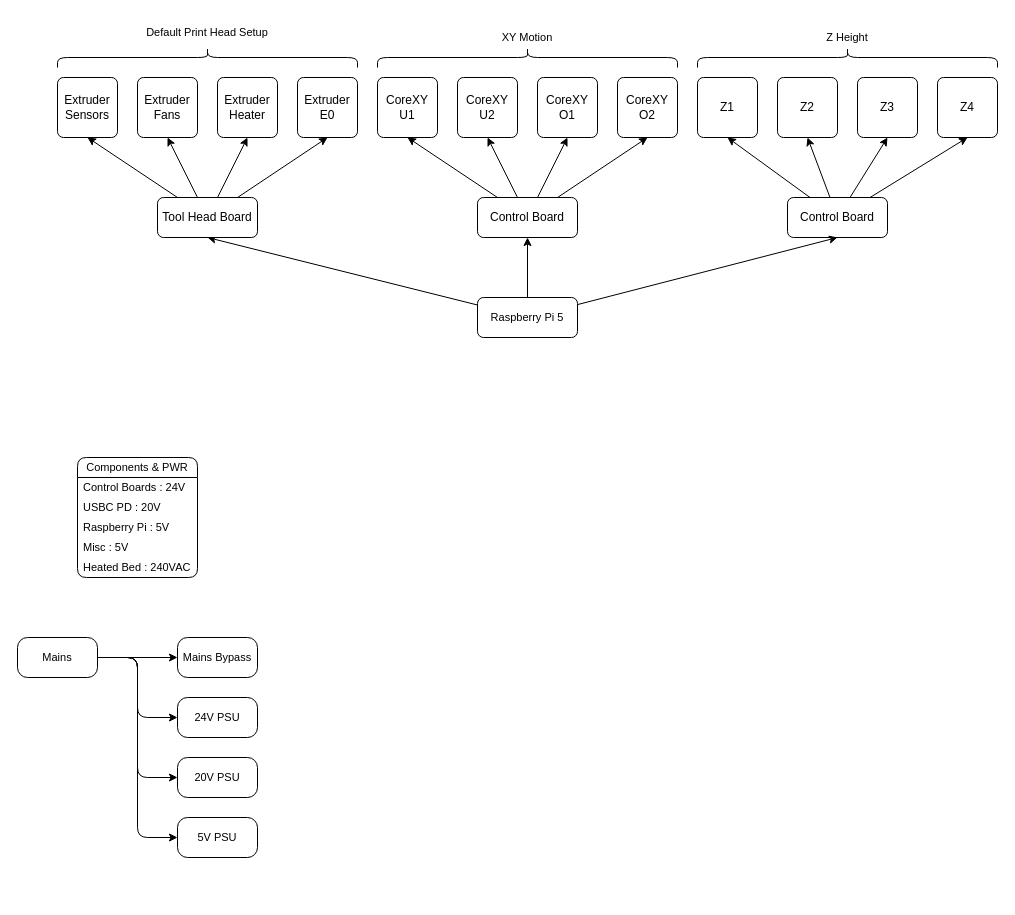
Before: page "Electrical" (5 of 5) of Documents/Raven.drawio in XCR1793/Raven-3D, a draw.io diagram. Source tidied: cells renumbered, new cells numbered last; positions are measured from the earlier drawing's top-left corner, leaving out a move shared by most shapes. Both pictures are drawn from the tidied source at 100%, with x=0, y=0 at pixel (17, 17).
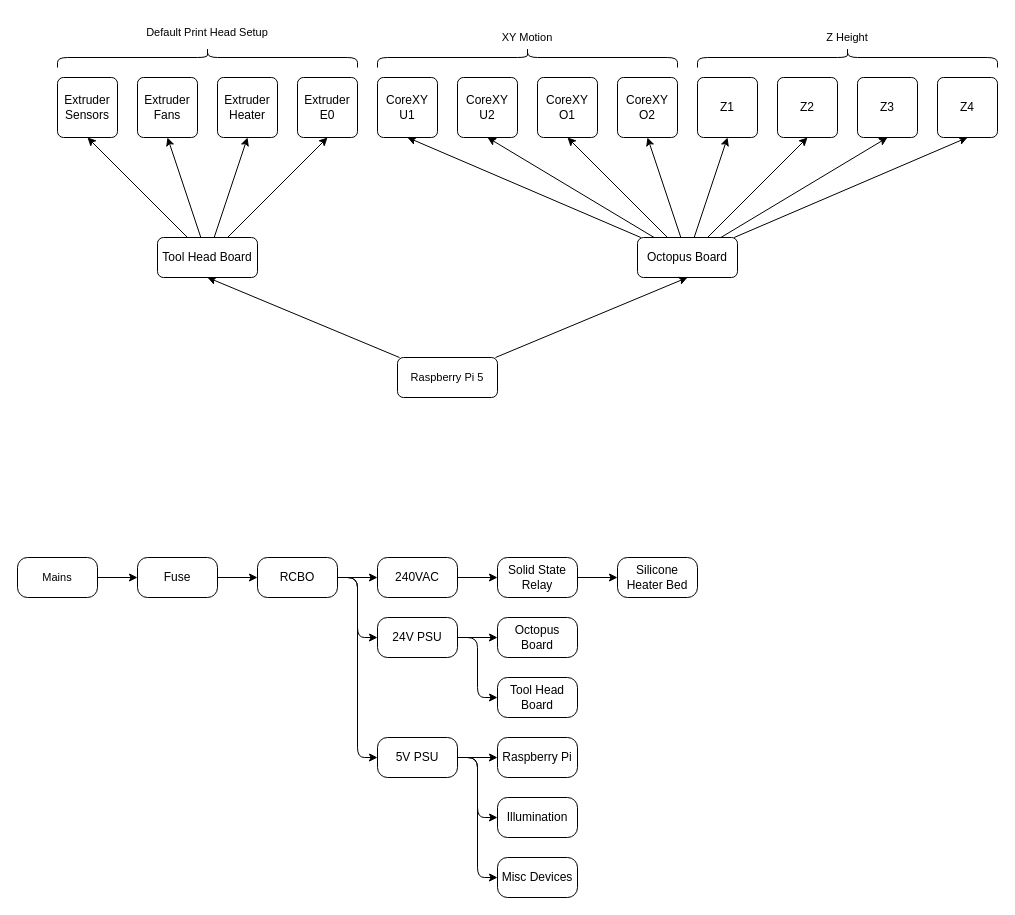
The same page after the edit.

Commit message:
Added Power hookup design

The change refers to these unchanged cells:
```xml
<mxCell id="16" value="Z1" style="whiteSpace=wrap;html=1;rounded=1;absoluteArcSize=1;arcSize=12;" parent="1" vertex="1">
  <mxGeometry x="680" y="60" width="60" height="60" as="geometry" />
</mxCell>
<mxCell id="17" value="Z2" style="whiteSpace=wrap;html=1;rounded=1;absoluteArcSize=1;arcSize=12;" parent="1" vertex="1">
  <mxGeometry x="760" y="60" width="60" height="60" as="geometry" />
</mxCell>
<mxCell id="18" value="Z3" style="whiteSpace=wrap;html=1;rounded=1;absoluteArcSize=1;arcSize=12;" parent="1" vertex="1">
  <mxGeometry x="840" y="60" width="60" height="60" as="geometry" />
</mxCell>
<mxCell id="19" value="Z4" style="whiteSpace=wrap;html=1;rounded=1;absoluteArcSize=1;arcSize=12;" parent="1" vertex="1">
  <mxGeometry x="920" y="60" width="60" height="60" as="geometry" />
</mxCell>
```

What changed in the source:
```diff
@@
-    <mxCell id="6" value="Control Board" style="rounded=1;whiteSpace=wrap;html=1;absoluteArcSize=1;arcSize=12;" parent="1" vertex="1">
-      <mxGeometry x="460" y="180" width="100" height="40" as="geometry" />
+    <mxCell id="6" value="Octopus Board" style="rounded=1;whiteSpace=wrap;html=1;absoluteArcSize=1;arcSize=12;" parent="1" vertex="1">
+      <mxGeometry x="620" y="220" width="100" height="40" as="geometry" />
     </mxCell>
-    <mxCell id="7" style="edgeStyle=none;shape=connector;rounded=0;jettySize=auto;html=1;entryX=0.5;entryY=1;entryDx=0;entryDy=0;strokeColor=default;align=center;verticalAlign=middle;fontFamily=Helvetica;fontSize=11;fontColor=default;labelBackgroundColor=default;endArrow=classic;" parent="1" edge="1" source="11" target="16">
+    <mxCell id="7" style="edgeStyle=none;shape=connector;rounded=0;jettySize=auto;html=1;entryX=0.5;entryY=1;entryDx=0;entryDy=0;strokeColor=default;align=center;verticalAlign=middle;fontFamily=Helvetica;fontSize=11;fontColor=default;labelBackgroundColor=default;endArrow=classic;" parent="1" edge="1" source="6" target="16">
       <mxGeometry relative="1" as="geometry" />
     </mxCell>
-    <mxCell id="8" style="edgeStyle=none;shape=connector;rounded=0;jettySize=auto;html=1;entryX=0.5;entryY=1;entryDx=0;entryDy=0;strokeColor=default;align=center;verticalAlign=middle;fontFamily=Helvetica;fontSize=11;fontColor=default;labelBackgroundColor=default;endArrow=classic;" parent="1" edge="1" source="11" target="17">
+    <mxCell id="8" style="edgeStyle=none;shape=connector;rounded=0;jettySize=auto;html=1;entryX=0.5;entryY=1;entryDx=0;entryDy=0;strokeColor=default;align=center;verticalAlign=middle;fontFamily=Helvetica;fontSize=11;fontColor=default;labelBackgroundColor=default;endArrow=classic;" parent="1" edge="1" source="6" target="17">
       <mxGeometry relative="1" as="geometry" />
     </mxCell>
-    <mxCell id="9" style="edgeStyle=none;shape=connector;rounded=0;jettySize=auto;html=1;entryX=0.5;entryY=1;entryDx=0;entryDy=0;strokeColor=default;align=center;verticalAlign=middle;fontFamily=Helvetica;fontSize=11;fontColor=default;labelBackgroundColor=default;endArrow=classic;" parent="1" edge="1" source="11" target="18">
+    <mxCell id="9" style="edgeStyle=none;shape=connector;rounded=0;jettySize=auto;html=1;entryX=0.5;entryY=1;entryDx=0;entryDy=0;strokeColor=default;align=center;verticalAlign=middle;fontFamily=Helvetica;fontSize=11;fontColor=default;labelBackgroundColor=default;endArrow=classic;" parent="1" edge="1" source="6" target="18">
       <mxGeometry relative="1" as="geometry" />
     </mxCell>
-    <mxCell id="10" style="edgeStyle=none;shape=connector;rounded=0;jettySize=auto;html=1;entryX=0.5;entryY=1;entryDx=0;entryDy=0;strokeColor=default;align=center;verticalAlign=middle;fontFamily=Helvetica;fontSize=11;fontColor=default;labelBackgroundColor=default;endArrow=classic;" parent="1" edge="1" source="11" target="19">
+    <mxCell id="10" style="edgeStyle=none;shape=connector;rounded=0;jettySize=auto;html=1;entryX=0.5;entryY=1;entryDx=0;entryDy=0;strokeColor=default;align=center;verticalAlign=middle;fontFamily=Helvetica;fontSize=11;fontColor=default;labelBackgroundColor=default;endArrow=classic;" parent="1" edge="1" source="6" target="19">
       <mxGeometry relative="1" as="geometry" />
     </mxCell>
-    <mxCell id="11" value="Control Board" style="rounded=1;whiteSpace=wrap;html=1;absoluteArcSize=1;arcSize=12;" parent="1" vertex="1">
-      <mxGeometry x="770" y="180" width="100" height="40" as="geometry" />
-    </mxCell>
@@
-    <mxCell id="25" style="edgeStyle=none;shape=connector;rounded=0;jettySize=auto;html=1;entryX=0.5;entryY=1;entryDx=0;entryDy=0;strokeColor=default;align=center;verticalAlign=middle;fontFamily=Helvetica;fontSize=11;fontColor=default;labelBackgroundColor=default;endArrow=classic;" parent="1" edge="1" source="27" target="11">
-      <mxGeometry relative="1" as="geometry" />
-    </mxCell>
@@
     <mxCell id="27" value="Raspberry Pi 5" style="rounded=1;whiteSpace=wrap;html=1;fontFamily=Helvetica;fontSize=11;fontColor=default;labelBackgroundColor=default;absoluteArcSize=1;arcSize=12;" parent="1" vertex="1">
-      <mxGeometry x="460" y="280" width="100" height="40" as="geometry" />
+      <mxGeometry x="380" y="340" width="100" height="40" as="geometry" />
     </mxCell>
@@
     <mxCell id="34" value="Tool Head Board" style="rounded=1;whiteSpace=wrap;html=1;absoluteArcSize=1;arcSize=12;" parent="1" vertex="1">
-      <mxGeometry x="140" y="180" width="100" height="40" as="geometry" />
+      <mxGeometry x="140" y="220" width="100" height="40" as="geometry" />
     </mxCell>
@@
-    <mxCell id="39" value="Components &amp;amp; PWR" style="swimlane;fontStyle=0;horizontal=1;startSize=20;whiteSpace=wrap;html=1;rounded=1;fontFamily=Helvetica;fontSize=11;fontColor=default;labelBackgroundColor=default;" parent="1" vertex="1">
-      <mxGeometry x="60" y="440" width="120" height="120" as="geometry" />
-    </mxCell>
-    <mxCell id="40" value="Control Boards : 24V" style="text;strokeColor=none;fillColor=none;align=left;verticalAlign=middle;spacingLeft=4;spacingRight=4;overflow=hidden;whiteSpace=wrap;html=1;fontFamily=Helvetica;fontSize=11;fontColor=default;labelBackgroundColor=default;" parent="39" vertex="1">
-      <mxGeometry y="20" width="120" height="20" as="geometry" />
-    </mxCell>
-    <mxCell id="41" value="USBC PD : 20V" style="text;strokeColor=none;fillColor=none;align=left;verticalAlign=middle;spacingLeft=4;spacingRight=4;overflow=hidden;whiteSpace=wrap;html=1;fontFamily=Helvetica;fontSize=11;fontColor=default;labelBackgroundColor=default;" parent="39" vertex="1">
-      <mxGeometry y="40" width="120" height="20" as="geometry" />
-    </mxCell>
-    <mxCell id="42" value="Raspberry Pi : 5V" style="text;strokeColor=none;fillColor=none;align=left;verticalAlign=middle;spacingLeft=4;spacingRight=4;overflow=hidden;whiteSpace=wrap;html=1;fontFamily=Helvetica;fontSize=11;fontColor=default;labelBackgroundColor=default;" parent="39" vertex="1">
-      <mxGeometry y="60" width="120" height="20" as="geometry" />
-    </mxCell>
-    <mxCell id="43" value="Misc : 5V" style="text;strokeColor=none;fillColor=none;align=left;verticalAlign=middle;spacingLeft=4;spacingRight=4;overflow=hidden;whiteSpace=wrap;html=1;fontFamily=Helvetica;fontSize=11;fontColor=default;labelBackgroundColor=default;" parent="39" vertex="1">
-      <mxGeometry y="80" width="120" height="20" as="geometry" />
-    </mxCell>
-    <mxCell id="44" value="Heated Bed : 240VAC" style="text;strokeColor=none;fillColor=none;align=left;verticalAlign=middle;spacingLeft=4;spacingRight=4;overflow=hidden;whiteSpace=wrap;html=1;fontFamily=Helvetica;fontSize=11;fontColor=default;labelBackgroundColor=default;" parent="39" vertex="1">
-      <mxGeometry y="100" width="120" height="20" as="geometry" />
-    </mxCell>
-    <mxCell id="45" style="edgeStyle=orthogonalEdgeStyle;shape=connector;rounded=1;jettySize=auto;html=1;exitX=1;exitY=0.5;exitDx=0;exitDy=0;entryX=0;entryY=0.5;entryDx=0;entryDy=0;strokeColor=default;align=center;verticalAlign=middle;fontFamily=Helvetica;fontSize=11;fontColor=default;labelBackgroundColor=default;elbow=vertical;endArrow=classic;" parent="1" edge="1" source="49" target="50">
-      <mxGeometry relative="1" as="geometry" />
-    </mxCell>
-    <mxCell id="46" style="edgeStyle=orthogonalEdgeStyle;shape=connector;rounded=1;jettySize=auto;html=1;exitX=1;exitY=0.5;exitDx=0;exitDy=0;entryX=0;entryY=0.5;entryDx=0;entryDy=0;strokeColor=default;align=center;verticalAlign=middle;fontFamily=Helvetica;fontSize=11;fontColor=default;labelBackgroundColor=default;elbow=vertical;endArrow=classic;" parent="1" edge="1" source="49" target="51">
-      <mxGeometry relative="1" as="geometry" />
-    </mxCell>
-    <mxCell id="47" style="edgeStyle=orthogonalEdgeStyle;shape=connector;rounded=1;jettySize=auto;html=1;exitX=1;exitY=0.5;exitDx=0;exitDy=0;entryX=0;entryY=0.5;entryDx=0;entryDy=0;strokeColor=default;align=center;verticalAlign=middle;fontFamily=Helvetica;fontSize=11;fontColor=default;labelBackgroundColor=default;elbow=vertical;endArrow=classic;" parent="1" edge="1" source="49" target="52">
-      <mxGeometry relative="1" as="geometry" />
-    </mxCell>
-    <mxCell id="48" style="edgeStyle=orthogonalEdgeStyle;shape=connector;rounded=1;jettySize=auto;html=1;exitX=1;exitY=0.5;exitDx=0;exitDy=0;entryX=0;entryY=0.5;entryDx=0;entryDy=0;strokeColor=default;align=center;verticalAlign=middle;fontFamily=Helvetica;fontSize=11;fontColor=default;labelBackgroundColor=default;elbow=vertical;endArrow=classic;" parent="1" edge="1" source="49" target="53">
-      <mxGeometry relative="1" as="geometry" />
-    </mxCell>
+    <mxCell id="54" style="edgeStyle=orthogonalEdgeStyle;rounded=1;jettySize=auto;html=1;exitX=1;exitY=0.5;exitDx=0;exitDy=0;entryX=0;entryY=0.5;entryDx=0;entryDy=0;curved=0;" parent="1" edge="1" source="49" target="56">
+      <mxGeometry relative="1" as="geometry" />
+    </mxCell>
     <mxCell id="49" value="Mains" style="rounded=1;whiteSpace=wrap;html=1;absoluteArcSize=1;fontFamily=Helvetica;fontSize=11;fontColor=default;labelBackgroundColor=default;" parent="1" vertex="1">
-      <mxGeometry y="620" width="80" height="40" as="geometry" />
+      <mxGeometry y="540" width="80" height="40" as="geometry" />
     </mxCell>
+    <mxCell id="55" style="edgeStyle=orthogonalEdgeStyle;rounded=1;jettySize=auto;html=1;exitX=1;exitY=0.5;exitDx=0;exitDy=0;entryX=0;entryY=0.5;entryDx=0;entryDy=0;curved=0;" parent="1" edge="1" source="56" target="60">
+      <mxGeometry relative="1" as="geometry" />
+    </mxCell>
+    <mxCell id="56" value="Fuse" style="rounded=1;whiteSpace=wrap;html=1;absoluteArcSize=1;" parent="1" vertex="1">
+      <mxGeometry x="120" y="540" width="80" height="40" as="geometry" />
+    </mxCell>
+    <mxCell id="57" style="edgeStyle=orthogonalEdgeStyle;rounded=1;jettySize=auto;html=1;exitX=1;exitY=0.5;exitDx=0;exitDy=0;entryX=0;entryY=0.5;entryDx=0;entryDy=0;curved=0;" parent="1" edge="1" source="60" target="50">
+      <mxGeometry relative="1" as="geometry" />
+    </mxCell>
+    <mxCell id="58" style="edgeStyle=orthogonalEdgeStyle;rounded=1;jettySize=auto;html=1;exitX=1;exitY=0.5;exitDx=0;exitDy=0;entryX=0;entryY=0.5;entryDx=0;entryDy=0;curved=0;" parent="1" edge="1" source="60" target="52">
+      <mxGeometry relative="1" as="geometry" />
+    </mxCell>
+    <mxCell id="59" style="edgeStyle=orthogonalEdgeStyle;shape=connector;curved=0;rounded=1;jettySize=auto;html=1;exitX=1;exitY=0.5;exitDx=0;exitDy=0;entryX=0;entryY=0.5;entryDx=0;entryDy=0;strokeColor=default;align=center;verticalAlign=middle;fontFamily=Helvetica;fontSize=11;fontColor=default;labelBackgroundColor=default;endArrow=classic;" parent="1" edge="1" source="60" target="72">
+      <mxGeometry relative="1" as="geometry" />
+    </mxCell>
+    <mxCell id="60" value="RCBO" style="rounded=1;whiteSpace=wrap;html=1;absoluteArcSize=1;" parent="1" vertex="1">
+      <mxGeometry x="240" y="540" width="80" height="40" as="geometry" />
+    </mxCell>
+    <mxCell id="61" style="edgeStyle=orthogonalEdgeStyle;shape=connector;curved=0;rounded=1;jettySize=auto;html=1;exitX=1;exitY=0.5;exitDx=0;exitDy=0;entryX=0;entryY=0.5;entryDx=0;entryDy=0;strokeColor=default;align=center;verticalAlign=middle;fontFamily=Helvetica;fontSize=11;fontColor=default;labelBackgroundColor=default;endArrow=classic;" parent="1" edge="1" source="50" target="69">
+      <mxGeometry relative="1" as="geometry" />
+    </mxCell>
+    <mxCell id="62" style="edgeStyle=orthogonalEdgeStyle;shape=connector;curved=0;rounded=1;jettySize=auto;html=1;exitX=1;exitY=0.5;exitDx=0;exitDy=0;entryX=0;entryY=0.5;entryDx=0;entryDy=0;strokeColor=default;align=center;verticalAlign=middle;fontFamily=Helvetica;fontSize=11;fontColor=default;labelBackgroundColor=default;endArrow=classic;" parent="1" edge="1" source="50" target="70">
+      <mxGeometry relative="1" as="geometry" />
+    </mxCell>
-    <mxCell id="50" value="24V PSU" style="rounded=1;whiteSpace=wrap;html=1;absoluteArcSize=1;fontFamily=Helvetica;fontSize=11;fontColor=default;labelBackgroundColor=default;" parent="1" vertex="1">
-      <mxGeometry x="160" y="680" width="80" height="40" as="geometry" />
+    <mxCell id="50" value="24V PSU" style="rounded=1;whiteSpace=wrap;html=1;absoluteArcSize=1;" parent="1" vertex="1">
+      <mxGeometry x="360" y="600" width="80" height="40" as="geometry" />
     </mxCell>
-    <mxCell id="51" value="20V PSU" style="rounded=1;whiteSpace=wrap;html=1;absoluteArcSize=1;fontFamily=Helvetica;fontSize=11;fontColor=default;labelBackgroundColor=default;" parent="1" vertex="1">
-      <mxGeometry x="160" y="740" width="80" height="40" as="geometry" />
-    </mxCell>
+    <mxCell id="63" style="edgeStyle=orthogonalEdgeStyle;shape=connector;curved=0;rounded=1;jettySize=auto;html=1;exitX=1;exitY=0.5;exitDx=0;exitDy=0;entryX=0;entryY=0.5;entryDx=0;entryDy=0;strokeColor=default;align=center;verticalAlign=middle;fontFamily=Helvetica;fontSize=11;fontColor=default;labelBackgroundColor=default;endArrow=classic;" parent="1" edge="1" source="52" target="66">
+      <mxGeometry relative="1" as="geometry" />
+    </mxCell>
+    <mxCell id="64" style="edgeStyle=orthogonalEdgeStyle;shape=connector;curved=0;rounded=1;jettySize=auto;html=1;exitX=1;exitY=0.5;exitDx=0;exitDy=0;entryX=0;entryY=0.5;entryDx=0;entryDy=0;strokeColor=default;align=center;verticalAlign=middle;fontFamily=Helvetica;fontSize=11;fontColor=default;labelBackgroundColor=default;endArrow=classic;" parent="1" edge="1" source="52" target="68">
+      <mxGeometry relative="1" as="geometry" />
+    </mxCell>
+    <mxCell id="65" style="edgeStyle=orthogonalEdgeStyle;shape=connector;curved=0;rounded=1;jettySize=auto;html=1;exitX=1;exitY=0.5;exitDx=0;exitDy=0;entryX=0;entryY=0.5;entryDx=0;entryDy=0;strokeColor=default;align=center;verticalAlign=middle;fontFamily=Helvetica;fontSize=11;fontColor=default;labelBackgroundColor=default;endArrow=classic;" parent="1" edge="1" source="52" target="67">
+      <mxGeometry relative="1" as="geometry" />
+    </mxCell>
-    <mxCell id="52" value="5V PSU" style="rounded=1;whiteSpace=wrap;html=1;absoluteArcSize=1;fontFamily=Helvetica;fontSize=11;fontColor=default;labelBackgroundColor=default;" parent="1" vertex="1">
-      <mxGeometry x="160" y="800" width="80" height="40" as="geometry" />
+    <mxCell id="52" value="5V PSU" style="rounded=1;whiteSpace=wrap;html=1;absoluteArcSize=1;" parent="1" vertex="1">
+      <mxGeometry x="360" y="720" width="80" height="40" as="geometry" />
     </mxCell>
-    <mxCell id="53" value="Mains Bypass" style="rounded=1;whiteSpace=wrap;html=1;absoluteArcSize=1;fontFamily=Helvetica;fontSize=11;fontColor=default;labelBackgroundColor=default;" parent="1" vertex="1">
-      <mxGeometry x="160" y="620" width="80" height="40" as="geometry" />
-    </mxCell>
+    <mxCell id="66" value="Raspberry Pi" style="rounded=1;whiteSpace=wrap;html=1;absoluteArcSize=1;" parent="1" vertex="1">
+      <mxGeometry x="480" y="720" width="80" height="40" as="geometry" />
+    </mxCell>
+    <mxCell id="67" value="Misc Devices" style="rounded=1;whiteSpace=wrap;html=1;absoluteArcSize=1;" parent="1" vertex="1">
+      <mxGeometry x="480" y="840" width="80" height="40" as="geometry" />
+    </mxCell>
+    <mxCell id="68" value="Illumination" style="rounded=1;whiteSpace=wrap;html=1;absoluteArcSize=1;" parent="1" vertex="1">
+      <mxGeometry x="480" y="780" width="80" height="40" as="geometry" />
+    </mxCell>
+    <mxCell id="69" value="Octopus Board" style="rounded=1;whiteSpace=wrap;html=1;absoluteArcSize=1;" parent="1" vertex="1">
+      <mxGeometry x="480" y="600" width="80" height="40" as="geometry" />
+    </mxCell>
+    <mxCell id="70" value="Tool Head Board" style="rounded=1;whiteSpace=wrap;html=1;absoluteArcSize=1;" parent="1" vertex="1">
+      <mxGeometry x="480" y="660" width="80" height="40" as="geometry" />
+    </mxCell>
+    <mxCell id="71" style="edgeStyle=orthogonalEdgeStyle;shape=connector;curved=0;rounded=1;jettySize=auto;html=1;exitX=1;exitY=0.5;exitDx=0;exitDy=0;entryX=0;entryY=0.5;entryDx=0;entryDy=0;strokeColor=default;align=center;verticalAlign=middle;fontFamily=Helvetica;fontSize=11;fontColor=default;labelBackgroundColor=default;endArrow=classic;" parent="1" edge="1" source="72" target="74">
+      <mxGeometry relative="1" as="geometry" />
+    </mxCell>
+    <mxCell id="72" value="240VAC" style="rounded=1;whiteSpace=wrap;html=1;absoluteArcSize=1;" parent="1" vertex="1">
+      <mxGeometry x="360" y="540" width="80" height="40" as="geometry" />
+    </mxCell>
+    <mxCell id="73" style="edgeStyle=orthogonalEdgeStyle;shape=connector;curved=0;rounded=1;jettySize=auto;html=1;exitX=1;exitY=0.5;exitDx=0;exitDy=0;entryX=0;entryY=0.5;entryDx=0;entryDy=0;strokeColor=default;align=center;verticalAlign=middle;fontFamily=Helvetica;fontSize=11;fontColor=default;labelBackgroundColor=default;endArrow=classic;" parent="1" edge="1" source="74" target="75">
+      <mxGeometry relative="1" as="geometry" />
+    </mxCell>
+    <mxCell id="74" value="Solid State Relay" style="rounded=1;whiteSpace=wrap;html=1;absoluteArcSize=1;" parent="1" vertex="1">
+      <mxGeometry x="480" y="540" width="80" height="40" as="geometry" />
+    </mxCell>
+    <mxCell id="75" value="Silicone Heater Bed" style="rounded=1;whiteSpace=wrap;html=1;absoluteArcSize=1;" parent="1" vertex="1">
+      <mxGeometry x="600" y="540" width="80" height="40" as="geometry" />
+    </mxCell>
```
